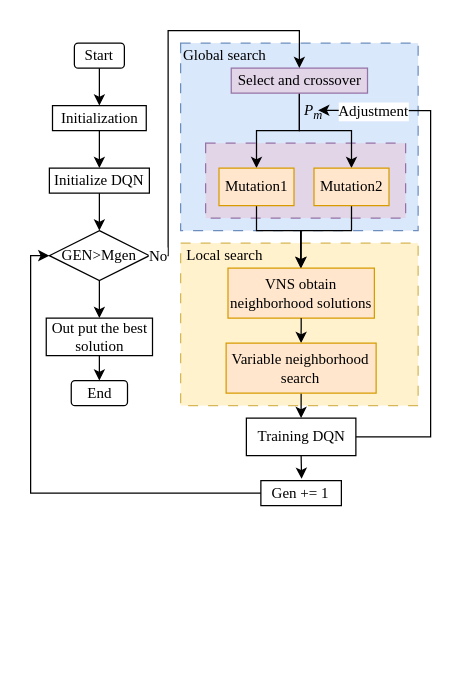
The draw.io diagram Framwork2.drawio in aslongaslihappy/algorithm, before the edit. Source tidied: cells renumbered, new cells numbered last; positions are measured from the earlier drawing's top-left corner, leaving out a move shared by most shapes. Both pictures are drawn from the tidied source at 125%, with x=0, y=0 at pixel (30, 30).
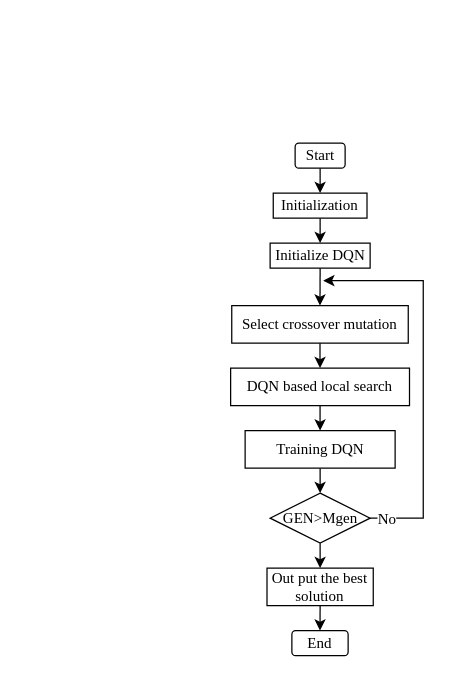
The same page after the edit.

The edit, as a diff of the source:
```diff
@@
-    <mxCell id="2" style="rounded=0;whiteSpace=wrap;html=1;dashed=1;dashPattern=8 8;fontFamily=Times New Roman;fillColor=#dae8fc;strokeColor=#6c8ebf;fontSize=12;" parent="1" vertex="1">
-      <mxGeometry x="120" y="10" width="190" height="150" as="geometry" />
-    </mxCell>
     <mxCell id="3" value="Start" style="rounded=1;whiteSpace=wrap;html=1;fontFamily=Times New Roman;fontSize=12;" parent="1" vertex="1">
-      <mxGeometry x="35" y="10" width="40" height="20" as="geometry" />
+      <mxGeometry x="211.6" y="90" width="40" height="20" as="geometry" />
     </mxCell>
     <mxCell id="4" value="&lt;span lang=&quot;EN-US&quot;&gt;&lt;font&gt;Initialization&lt;/font&gt;&lt;/span&gt;" style="rounded=0;whiteSpace=wrap;html=1;fontFamily=Times New Roman;fontSize=12;" parent="1" vertex="1">
-      <mxGeometry x="17.5" y="60" width="75" height="20" as="geometry" />
+      <mxGeometry x="194.1" y="130" width="75" height="20" as="geometry" />
     </mxCell>
     <mxCell id="5" value="Initialize DQN" style="rounded=0;whiteSpace=wrap;html=1;fontFamily=Times New Roman;fontSize=12;" parent="1" vertex="1">
-      <mxGeometry x="15" y="110" width="80" height="20" as="geometry" />
+      <mxGeometry x="191.6" y="170" width="80" height="20" as="geometry" />
     </mxCell>
-    <mxCell id="6" value="GEN&amp;gt;Mgen" style="rhombus;whiteSpace=wrap;html=1;fontFamily=Times New Roman;fontSize=12;" parent="1" vertex="1">
-      <mxGeometry x="15" y="160" width="80" height="40" as="geometry" />
-    </mxCell>
-    <mxCell id="7" style="rounded=0;whiteSpace=wrap;html=1;dashed=1;dashPattern=8 8;fontFamily=Times New Roman;fillColor=#e1d5e7;strokeColor=#9673a6;fontSize=12;" parent="1" vertex="1">
-      <mxGeometry x="140" y="90" width="160" height="60" as="geometry" />
-    </mxCell>
-    <mxCell id="8" style="edgeStyle=orthogonalEdgeStyle;rounded=0;jettySize=auto;html=1;exitX=0.5;exitY=1;exitDx=0;exitDy=0;entryX=0.5;entryY=0;entryDx=0;entryDy=0;fontFamily=Times New Roman;" parent="1" edge="1" source="10" target="30">
-      <mxGeometry relative="1" as="geometry" />
-    </mxCell>
-    <mxCell id="9" style="edgeStyle=orthogonalEdgeStyle;rounded=0;jettySize=auto;html=1;exitX=0.5;exitY=1;exitDx=0;exitDy=0;entryX=0.5;entryY=0;entryDx=0;entryDy=0;fontFamily=Times New Roman;" parent="1" edge="1" source="10" target="32">
-      <mxGeometry relative="1" as="geometry" />
-    </mxCell>
-    <mxCell id="10" value="Select and&amp;nbsp;crossover" style="rounded=0;whiteSpace=wrap;html=1;fontFamily=Times New Roman;fontSize=12;fillColor=#e1d5e7;strokeColor=#9673a6;" parent="1" vertex="1">
-      <mxGeometry x="160.5" y="30" width="109" height="20" as="geometry" />
-    </mxCell>
-    <mxCell id="11" value="P&lt;sub&gt;m&lt;/sub&gt;" style="text;html=1;align=center;verticalAlign=middle;strokeColor=none;fillColor=none;fontFamily=Times New Roman;fontStyle=2;fontSize=12;" parent="1" vertex="1">
-      <mxGeometry x="205.7" y="50" width="40" height="30" as="geometry" />
-    </mxCell>
-    <mxCell id="12" style="rounded=0;whiteSpace=wrap;html=1;dashed=1;dashPattern=8 8;fontFamily=Times New Roman;fillColor=#fff2cc;strokeColor=#d6b656;fontSize=12;" parent="1" vertex="1">
-      <mxGeometry x="120" y="170" width="190" height="130" as="geometry" />
-    </mxCell>
@@
-    <mxCell id="15" style="endArrow=classic;html=1;rounded=0;exitX=0.5;exitY=1;exitDx=0;exitDy=0;entryX=0.5;entryY=0;entryDx=0;entryDy=0;fontFamily=Times New Roman;fontSize=12;" parent="1" edge="1" source="5" target="6">
-      <mxGeometry relative="1" as="geometry" />
-    </mxCell>
-    <mxCell id="16" style="endArrow=classic;html=1;rounded=0;exitX=1;exitY=0.5;exitDx=0;exitDy=0;entryX=0.5;entryY=0;entryDx=0;entryDy=0;fontFamily=Times New Roman;fontSize=12;" parent="1" edge="1" source="6" target="10">
-      <mxGeometry relative="1" as="geometry">
-        <Array as="points">
-          <mxPoint x="110" y="180" />
-          <mxPoint x="110" />
-          <mxPoint x="215" />
-        </Array>
-      </mxGeometry>
-    </mxCell>
+    <mxCell id="38" style="endArrow=classic;html=1;rounded=0;exitX=0.5;exitY=1;exitDx=0;exitDy=0;entryX=0.5;entryY=0;entryDx=0;entryDy=0;fontFamily=Times New Roman;fontSize=12;" parent="1" edge="1" source="5" target="40">
+      <mxGeometry relative="1" as="geometry" />
+    </mxCell>
+    <mxCell id="39" style="edgeStyle=orthogonalEdgeStyle;rounded=0;jettySize=auto;html=1;exitX=0.5;exitY=1;exitDx=0;exitDy=0;entryX=0.5;entryY=0;entryDx=0;entryDy=0;" parent="1" edge="1" source="40" target="42">
+      <mxGeometry relative="1" as="geometry" />
+    </mxCell>
+    <mxCell id="40" value="&lt;span style=&quot;font-family: &amp;quot;Times New Roman&amp;quot;;&quot;&gt;Select crossover m&lt;/span&gt;&lt;span style=&quot;font-family: &amp;quot;Times New Roman&amp;quot;;&quot;&gt;utation&lt;/span&gt;" style="rounded=0;whiteSpace=wrap;html=1;" parent="1" vertex="1">
+      <mxGeometry x="160.9" y="220" width="141.2" height="30" as="geometry" />
+    </mxCell>
+    <mxCell id="41" style="edgeStyle=orthogonalEdgeStyle;rounded=0;jettySize=auto;html=1;exitX=0.5;exitY=1;exitDx=0;exitDy=0;entryX=0.5;entryY=0;entryDx=0;entryDy=0;" parent="1" edge="1" source="42" target="26">
+      <mxGeometry relative="1" as="geometry" />
+    </mxCell>
+    <mxCell id="42" value="&lt;span style=&quot;font-family: &amp;quot;Times New Roman&amp;quot;; text-wrap-mode: nowrap;&quot;&gt;DQN based local search&lt;/span&gt;" style="rounded=0;whiteSpace=wrap;html=1;" parent="1" vertex="1">
+      <mxGeometry x="160" y="270" width="143.1" height="30" as="geometry" />
+    </mxCell>
+    <mxCell id="43" style="edgeStyle=orthogonalEdgeStyle;rounded=0;jettySize=auto;html=1;exitX=0.5;exitY=1;exitDx=0;exitDy=0;entryX=0.5;entryY=0;entryDx=0;entryDy=0;" parent="1" edge="1" source="26" target="6">
+      <mxGeometry relative="1" as="geometry" />
+    </mxCell>
+    <mxCell id="26" value="Training DQN" style="rounded=0;whiteSpace=wrap;html=1;fontFamily=Times New Roman;fontSize=12;" parent="1" vertex="1">
+      <mxGeometry x="171.6" y="320" width="120" height="30" as="geometry" />
+    </mxCell>
+    <mxCell id="44" style="edgeStyle=orthogonalEdgeStyle;rounded=0;jettySize=auto;html=1;exitX=1;exitY=0.5;exitDx=0;exitDy=0;" parent="1" edge="1" source="6">
+      <mxGeometry relative="1" as="geometry">
+        <mxPoint x="234.1" y="200" as="targetPoint" />
+        <Array as="points">
+          <mxPoint x="314.1" y="390" />
+          <mxPoint x="314.1" y="200" />
+        </Array>
+      </mxGeometry>
+    </mxCell>
+    <mxCell id="6" value="GEN&amp;gt;Mgen" style="rhombus;whiteSpace=wrap;html=1;fontFamily=Times New Roman;fontSize=12;" parent="1" vertex="1">
+      <mxGeometry x="191.6" y="370" width="80" height="40" as="geometry" />
+    </mxCell>
-    <mxCell id="17" value="No" style="edgeLabel;html=1;align=center;verticalAlign=middle;fontFamily=Times New Roman;fontSize=12;" parent="16" vertex="1">
-      <mxGeometry x="-0.93" relative="1" as="geometry">
-        <mxPoint x="-6" as="offset" />
-      </mxGeometry>
+    <mxCell id="17" value="No" style="edgeLabel;html=1;align=center;verticalAlign=middle;fontFamily=Times New Roman;fontSize=12;" parent="1" vertex="1">
+      <mxGeometry x="284" y="390" as="geometry" />
     </mxCell>
-    <mxCell id="18" value="&lt;font&gt;VNS obtain neighborhood solutions&lt;/font&gt;" style="rounded=0;whiteSpace=wrap;html=1;fontFamily=Times New Roman;fontSize=12;fillColor=#ffe6cc;strokeColor=#d79b00;" parent="1" vertex="1">
-      <mxGeometry x="157.9" y="190" width="117.1" height="40" as="geometry" />
-    </mxCell>
-    <mxCell id="19" style="endArrow=classic;html=1;rounded=0;exitX=0.5;exitY=1;exitDx=0;exitDy=0;entryX=0.5;entryY=0;entryDx=0;entryDy=0;fontFamily=Times New Roman;fontSize=12;" parent="1" edge="1" source="18" target="34">
-      <mxGeometry relative="1" as="geometry" />
-    </mxCell>
-    <mxCell id="20" value="Gen += 1" style="rounded=0;whiteSpace=wrap;html=1;fontFamily=Times New Roman;fontSize=12;" parent="1" vertex="1">
-      <mxGeometry x="184.2" y="360" width="64.4" height="20" as="geometry" />
-    </mxCell>
-    <mxCell id="21" style="endArrow=classic;html=1;rounded=0;entryX=0;entryY=0.5;entryDx=0;entryDy=0;fontFamily=Times New Roman;fontSize=12;exitX=0;exitY=0.5;exitDx=0;exitDy=0;" parent="1" edge="1" source="20" target="6">
-      <mxGeometry relative="1" as="geometry">
-        <Array as="points">
-          <mxPoint y="370" />
-          <mxPoint y="180" />
-        </Array>
-      </mxGeometry>
-    </mxCell>
@@
     <mxCell id="23" value="Out put the best solution" style="rounded=0;whiteSpace=wrap;html=1;fontFamily=Times New Roman;fontSize=12;" parent="1" vertex="1">
-      <mxGeometry x="12.5" y="230" width="85" height="30" as="geometry" />
+      <mxGeometry x="189.1" y="430" width="85" height="30" as="geometry" />
     </mxCell>
     <mxCell id="24" value="End" style="rounded=1;whiteSpace=wrap;html=1;fontFamily=Times New Roman;fontSize=12;" parent="1" vertex="1">
-      <mxGeometry x="32.5" y="280" width="45" height="20" as="geometry" />
+      <mxGeometry x="209" y="480" width="45" height="20" as="geometry" />
     </mxCell>
@@
-    <mxCell id="26" value="Training DQN" style="rounded=0;whiteSpace=wrap;html=1;fontFamily=Times New Roman;fontSize=12;" parent="1" vertex="1">
-      <mxGeometry x="172.6" y="310" width="87.6" height="30" as="geometry" />
-    </mxCell>
-    <mxCell id="27" style="endArrow=classic;html=1;rounded=0;exitX=1;exitY=0.5;exitDx=0;exitDy=0;fontFamily=Times New Roman;entryX=0.987;entryY=0.457;entryDx=0;entryDy=0;entryPerimeter=0;fontSize=12;" parent="1" edge="1" source="26">
-      <mxGeometry relative="1" as="geometry">
-        <mxPoint x="230" y="63.7" as="targetPoint" />
-        <Array as="points">
-          <mxPoint x="320" y="325" />
-          <mxPoint x="320" y="64" />
-        </Array>
-      </mxGeometry>
-    </mxCell>
-    <mxCell id="28" value="Adjustment" style="edgeLabel;html=1;align=center;verticalAlign=middle;fontFamily=Times New Roman;fontSize=12;" parent="27" vertex="1">
-      <mxGeometry x="0.92" relative="1" as="geometry">
-        <mxPoint x="27" y="1" as="offset" />
-      </mxGeometry>
-    </mxCell>
-    <mxCell id="29" style="edgeStyle=orthogonalEdgeStyle;rounded=0;jettySize=auto;html=1;exitX=0.5;exitY=1;exitDx=0;exitDy=0;entryX=0.5;entryY=0;entryDx=0;entryDy=0;fontFamily=Times New Roman;" parent="1" edge="1" source="30" target="18">
-      <mxGeometry relative="1" as="geometry">
-        <Array as="points">
-          <mxPoint x="181" y="160" />
-          <mxPoint x="216" y="160" />
-        </Array>
-      </mxGeometry>
-    </mxCell>
-    <mxCell id="30" value="Mutation1" style="rounded=0;whiteSpace=wrap;html=1;fontFamily=Times New Roman;fontSize=12;fillColor=#ffe6cc;strokeColor=#d79b00;" parent="1" vertex="1">
-      <mxGeometry x="150.7" y="110" width="60" height="30" as="geometry" />
-    </mxCell>
-    <mxCell id="31" style="edgeStyle=orthogonalEdgeStyle;rounded=0;jettySize=auto;html=1;exitX=0.5;exitY=1;exitDx=0;exitDy=0;fontFamily=Times New Roman;" parent="1" edge="1" source="32" target="18">
-      <mxGeometry relative="1" as="geometry">
-        <Array as="points">
-          <mxPoint x="257" y="160" />
-          <mxPoint x="216" y="160" />
-        </Array>
-      </mxGeometry>
-    </mxCell>
-    <mxCell id="32" value="Mutation2" style="rounded=0;whiteSpace=wrap;html=1;fontFamily=Times New Roman;fontSize=12;fillColor=#ffe6cc;strokeColor=#d79b00;" parent="1" vertex="1">
-      <mxGeometry x="226.7" y="110" width="60" height="30" as="geometry" />
-    </mxCell>
-    <mxCell id="33" style="edgeStyle=orthogonalEdgeStyle;rounded=0;jettySize=auto;html=1;exitX=0.5;exitY=1;exitDx=0;exitDy=0;entryX=0.5;entryY=0;entryDx=0;entryDy=0;fontFamily=Times New Roman;" parent="1" edge="1" source="34" target="26">
-      <mxGeometry relative="1" as="geometry" />
-    </mxCell>
-    <mxCell id="34" value="Variable neighborhood search" style="rounded=0;whiteSpace=wrap;html=1;fontFamily=Times New Roman;fillColor=#ffe6cc;strokeColor=#d79b00;" parent="1" vertex="1">
-      <mxGeometry x="156.4" y="250" width="120" height="40" as="geometry" />
-    </mxCell>
-    <mxCell id="35" value="Global search" style="text;html=1;align=center;verticalAlign=middle;strokeColor=none;fillColor=none;rotation=0;fontFamily=Times New Roman;" parent="1" vertex="1">
-      <mxGeometry x="110" y="5" width="90" height="30" as="geometry" />
-    </mxCell>
-    <mxCell id="36" value="Local search" style="text;html=1;align=center;verticalAlign=middle;strokeColor=none;fillColor=none;fontFamily=Times New Roman;" parent="1" vertex="1">
-      <mxGeometry x="115" y="165" width="80" height="30" as="geometry" />
-    </mxCell>
-    <mxCell id="37" style="edgeStyle=orthogonalEdgeStyle;rounded=0;jettySize=auto;html=1;exitX=0.5;exitY=1;exitDx=0;exitDy=0;entryX=0.506;entryY=-0.071;entryDx=0;entryDy=0;entryPerimeter=0;" parent="1" edge="1" source="26" target="20">
-      <mxGeometry relative="1" as="geometry" />
-    </mxCell>
```
